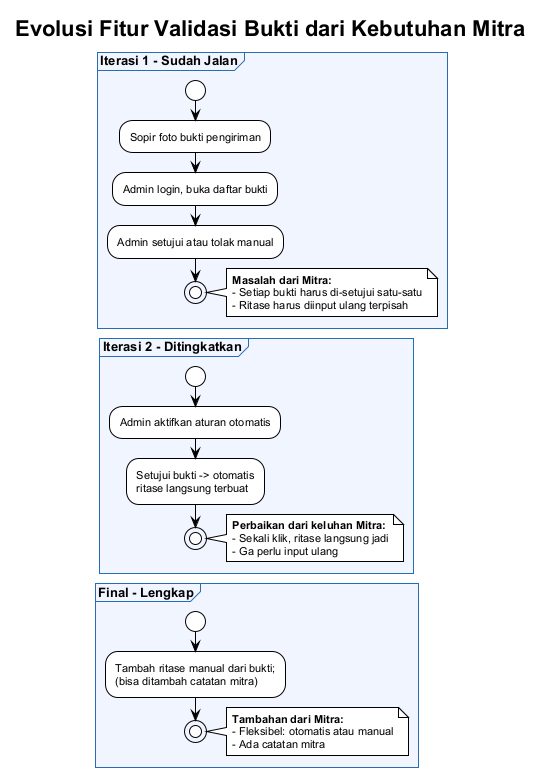
Before: docs/flowchart-validasi-evolusi.png, a diagram exported from PlantUML (riandafatur28/sidigas-gaji-sopir-truck). Source of this version:
```plantuml
@startuml
!theme plain
skinparam backgroundColor #ffffff
skinparam defaultFontSize 11
skinparam defaultFontName Arial
skinparam partitionBackgroundColor #f0f5ff
skinparam partitionBorderColor #2b6cb0
skinparam partitionFontSize 13
skinparam partitionFontStyle bold

title Evolusi Fitur Validasi Bukti dari Kebutuhan Mitra

partition "Iterasi 1 - Sudah Jalan" {
  start
  :Sopir foto bukti pengiriman;
  :Admin login, buka daftar bukti;
  :Admin setujui atau tolak manual;
  stop
  note right
    **Masalah dari Mitra:**
    - Setiap bukti harus di-setujui satu-satu
    - Ritase harus diinput ulang terpisah
  end note
}

partition "Iterasi 2 - Ditingkatkan" {
  start
  :Admin aktifkan aturan otomatis;
  :Setujui bukti -> otomatis\nritase langsung terbuat;
  stop
  note right
    **Perbaikan dari keluhan Mitra:**
    - Sekali klik, ritase langsung jadi
    - Ga perlu input ulang
  end note
}

partition "Final - Lengkap" {
  start
  :Tambah ritase manual dari bukti;\n(bisa ditambah catatan mitra);
  stop
  note right
    **Tambahan dari Mitra:**
    - Fleksibel: otomatis atau manual
    - Ada catatan mitra
  end note
}

@enduml
```
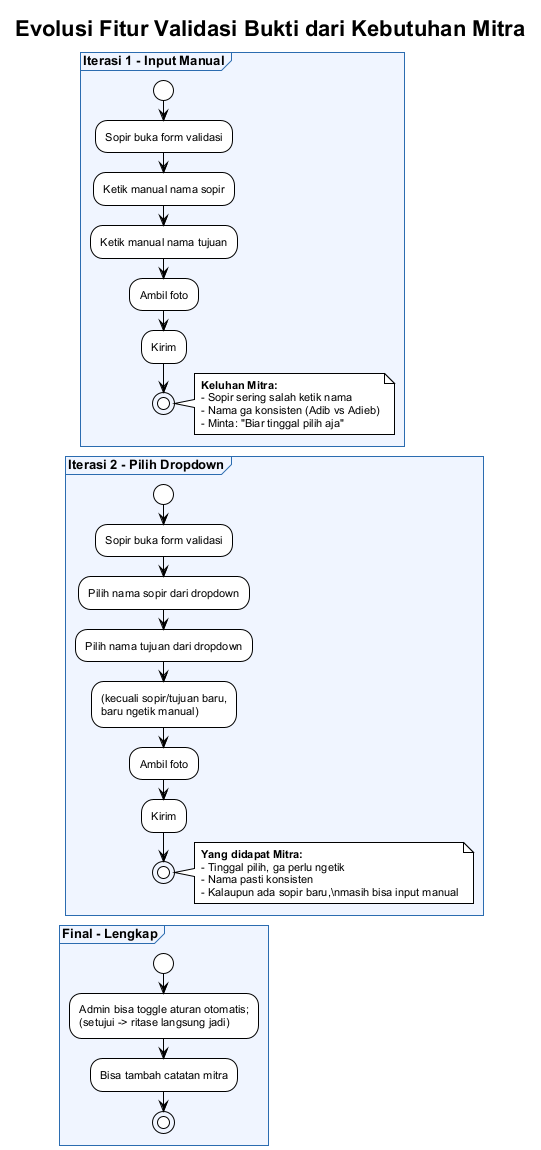
The same file after the commit.

Commit message:
fix: flowchart evolusi sesuai cerita mitra - iter1 manual, iter2 dari WA/dropdown

The edit, as a diff of the source:
```diff
@@ -10,40 +10,44 @@
 
 title Evolusi Fitur Validasi Bukti dari Kebutuhan Mitra
 
-partition "Iterasi 1 - Sudah Jalan" {
+partition "Iterasi 1 - Input Manual" {
   start
-  :Sopir foto bukti pengiriman;
-  :Admin login, buka daftar bukti;
-  :Admin setujui atau tolak manual;
+  :Sopir buka form validasi;
+  :Ketik manual nama sopir;
+  :Ketik manual nama tujuan;
+  :Ambil foto;
+  :Kirim;
   stop
   note right
-    **Masalah dari Mitra:**
-    - Setiap bukti harus di-setujui satu-satu
-    - Ritase harus diinput ulang terpisah
+    **Keluhan Mitra:**
+    - Sopir sering salah ketik nama
+    - Nama ga konsisten (Adib vs Adieb)
+    - Minta: "Biar tinggal pilih aja"
   end note
 }
 
-partition "Iterasi 2 - Ditingkatkan" {
+partition "Iterasi 2 - Pilih Dropdown" {
   start
-  :Admin aktifkan aturan otomatis;
-  :Setujui bukti -> otomatis\nritase langsung terbuat;
+  :Sopir buka form validasi;
+  :Pilih nama sopir dari dropdown;
+  :Pilih nama tujuan dari dropdown;
+  :(kecuali sopir/tujuan baru,\nbaru ngetik manual);
+  :Ambil foto;
+  :Kirim;
   stop
   note right
-    **Perbaikan dari keluhan Mitra:**
-    - Sekali klik, ritase langsung jadi
-    - Ga perlu input ulang
+    **Yang didapat Mitra:**
+    - Tinggal pilih, ga perlu ngetik
+    - Nama pasti konsisten
+    - Kalaupun ada sopir baru,\nmasih bisa input manual
   end note
 }
 
 partition "Final - Lengkap" {
   start
-  :Tambah ritase manual dari bukti;\n(bisa ditambah catatan mitra);
+  :Admin bisa toggle aturan otomatis;\n(setujui -> ritase langsung jadi);
+  :Bisa tambah catatan mitra;
   stop
-  note right
-    **Tambahan dari Mitra:**
-    - Fleksibel: otomatis atau manual
-    - Ada catatan mitra
-  end note
 }
 
 @enduml
```
